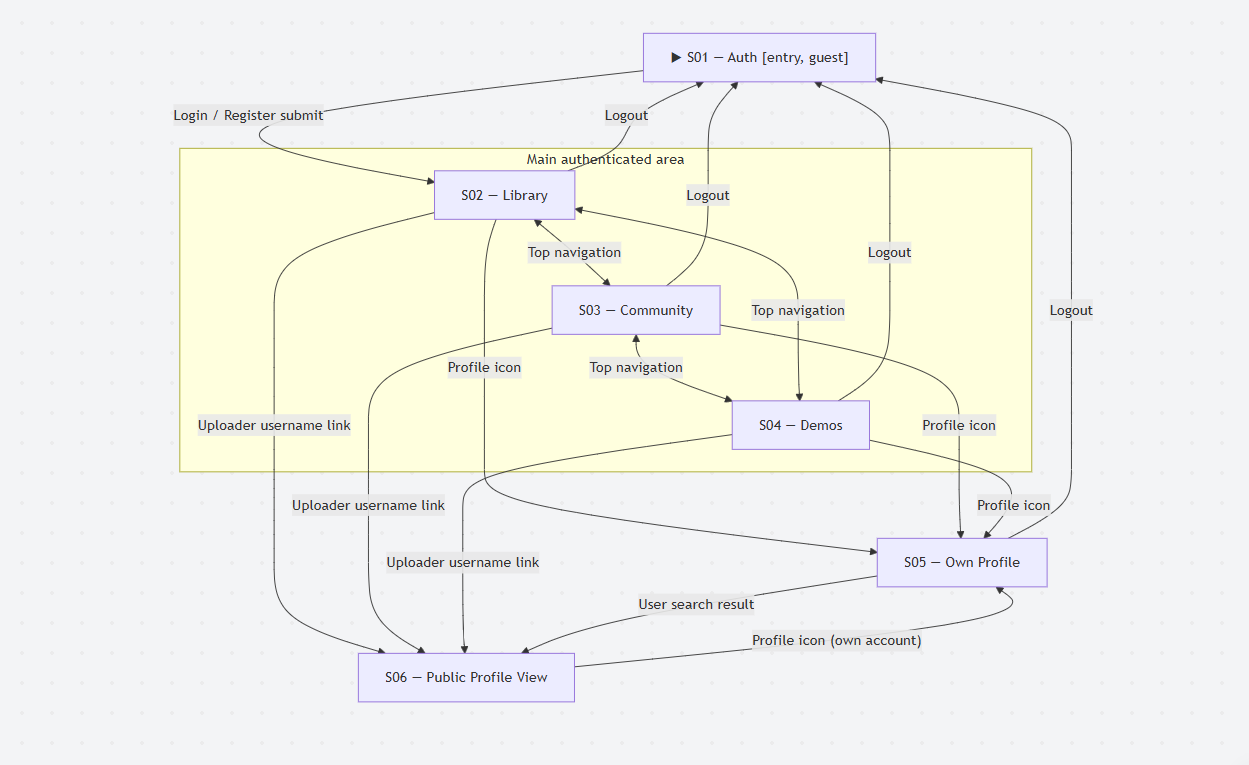
The Mermaid diagram docs/ux/pageflow.png in Mtompero/ProdCty, before a commit. Its source is kept beside it as docs/ux/pageflow.mmd.
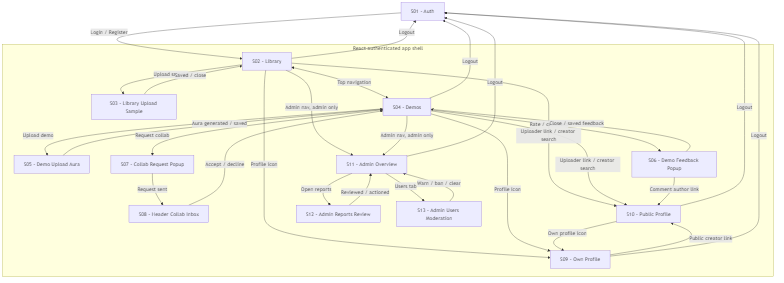
After the change.

Diff of the diagram source:
```diff
@@ -1,33 +1,54 @@
 flowchart TB
-    A["▶ S01 — Auth 🔒"]
+    A["S01 - Auth"]
 
-    subgraph MAIN["Main authenticated area"]
+    subgraph APP["React authenticated app shell"]
         direction LR
-        B["S02 — Library"]
-        C["S03 — Community"]
-        D["S04 — Demos"]
+        B["S02 - Library"]
+        C["S03 - Library Upload Sample"]
+        D["S04 - Demos"]
+        E["S05 - Demo Upload Aura"]
+        F["S06 - Demo Feedback Popup"]
+        G["S07 - Collab Request Popup"]
+        H["S08 - Header Collab Inbox"]
+        I["S09 - Own Profile"]
+        J["S10 - Public Profile"]
+        K["S11 - Admin Overview"]
+        L["S12 - Admin Reports Review"]
+        M["S13 - Admin Users Moderation"]
     end
 
-    E["S05 — Own Profile"]
-    F["S06 — Public Profile View"]
+    A -->|"Login / Register"| B
 
-    A -->|"Login / Register submit"| B
+    B <-->|"Top navigation"| D
+    B -->|"Upload sample"| C
+    C -->|"Saved / close"| B
 
-    B <-->|"Top navigation"| C
-    C <-->|"Top navigation"| D
-    B <-->|"Top navigation"| D
+    D -->|"Upload demo"| E
+    E -->|"Aura generated / saved"| D
+    D -->|"Rate / comment"| F
+    F -->|"Close / saved feedback"| D
+    D -->|"Request collab"| G
+    G -->|"Request sent"| H
+    H -->|"Accept / decline"| D
 
-    B -->|"Profile icon"| E
-    C -->|"Profile icon"| E
-    D -->|"Profile icon"| E
+    B -->|"Profile icon"| I
+    D -->|"Profile icon"| I
+    B -->|"Uploader link / creator search"| J
+    D -->|"Uploader link / creator search"| J
+    F -->|"Comment author link"| J
+    I -->|"Public creator link"| J
+    J -->|"Own profile icon"| I
 
-    B -->|"Uploader username link"| F
-    C -->|"Uploader username link"| F
-    D -->|"Uploader username link"| F
-    E -->|"User search result"| F
-    F -->|"Profile icon (own account)"| E
+    K -->|"Open reports"| L
+    K -->|"Users tab"| M
+    L -->|"Reviewed / actioned"| K
+    M -->|"Warn / ban / clear"| K
+
+    B -->|"Admin nav, admin only"| K
+    D -->|"Admin nav, admin only"| K
 
     B -->|"Logout"| A
-    C -->|"Logout"| A
     D -->|"Logout"| A
-    E -->|"Logout"| A
+    I -->|"Logout"| A
+    J -->|"Logout"| A
+    K -->|"Logout"| A
```
